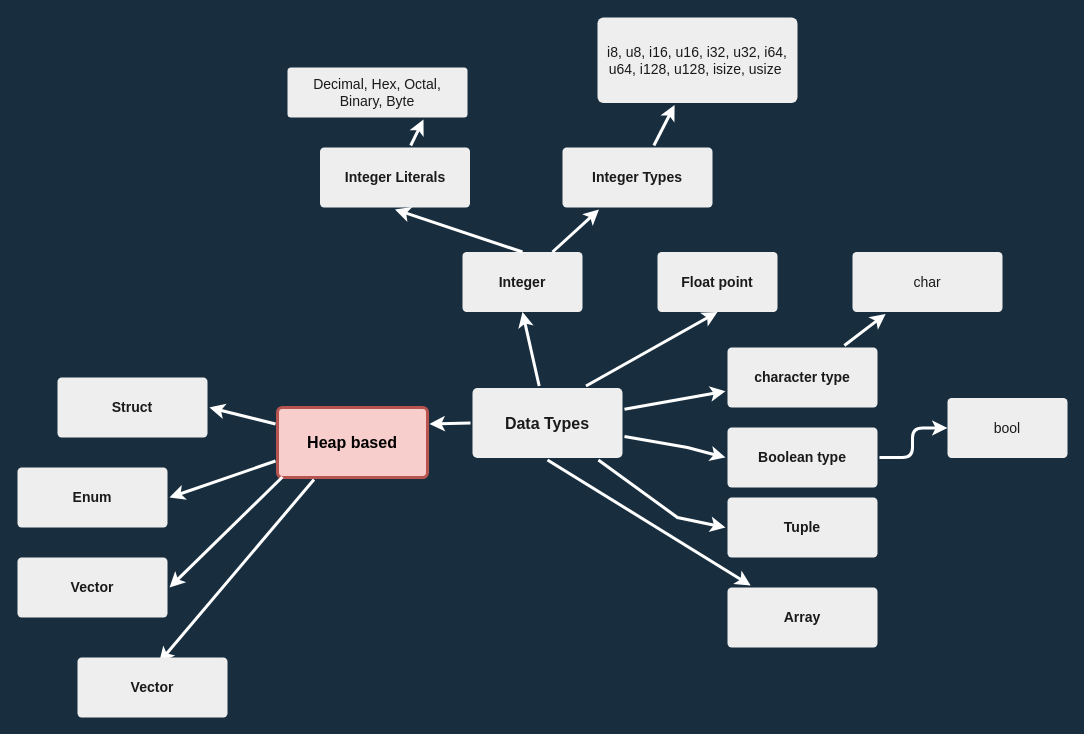
The draw.io diagram datatypes.drawio in gftea/rust_lang_notes, before the edit. Source tidied: cells renumbered, new cells numbered last; positions are measured from the earlier drawing's top-left corner, leaving out a move shared by most shapes. Both pictures are drawn from the tidied source at 100%, with x=0, y=0 at pixel (17, 17).
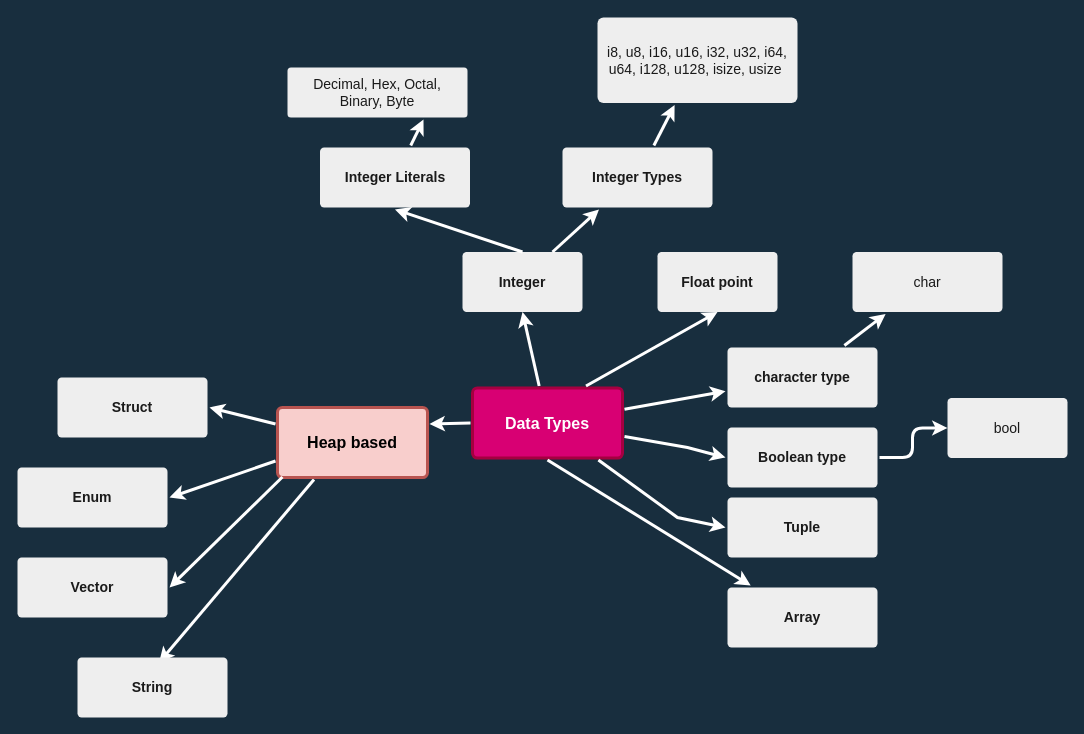
After the change.

The edit, as a diff of the source:
```diff
@@
-    <mxCell id="6" value="Data Types" style="rounded=1;whiteSpace=wrap;html=1;shadow=0;labelBackgroundColor=none;strokeColor=none;strokeWidth=3;fillColor=#EEEEEE;fontFamily=Helvetica;fontSize=16;fontColor=#1A1A1A;align=center;fontStyle=1;spacing=5;arcSize=7;perimeterSpacing=2;" parent="1" vertex="1">
+    <mxCell id="6" value="Data Types" style="rounded=1;whiteSpace=wrap;html=1;shadow=0;labelBackgroundColor=none;strokeColor=#A50040;strokeWidth=3;fillColor=#d80073;fontFamily=Helvetica;fontSize=16;fontColor=#ffffff;align=center;fontStyle=1;spacing=5;arcSize=7;perimeterSpacing=2;" parent="1" vertex="1">
       <mxGeometry x="455" y="370.5" width="150" height="70" as="geometry" />
     </mxCell>
@@
-    <mxCell id="29" value="Vector" style="rounded=1;whiteSpace=wrap;html=1;shadow=0;labelBackgroundColor=none;strokeColor=none;strokeWidth=3;fillColor=#EEEEEE;fontFamily=Helvetica;fontSize=14;fontColor=#1A1A1A;align=center;spacing=5;fontStyle=1;arcSize=7;perimeterSpacing=2;" parent="1" vertex="1">
+    <mxCell id="29" value="String" style="rounded=1;whiteSpace=wrap;html=1;shadow=0;labelBackgroundColor=none;strokeColor=none;strokeWidth=3;fillColor=#EEEEEE;fontFamily=Helvetica;fontSize=14;fontColor=#1A1A1A;align=center;spacing=5;fontStyle=1;arcSize=7;perimeterSpacing=2;" parent="1" vertex="1">
       <mxGeometry x="60" y="640" width="150" height="60" as="geometry" />
     </mxCell>
```
